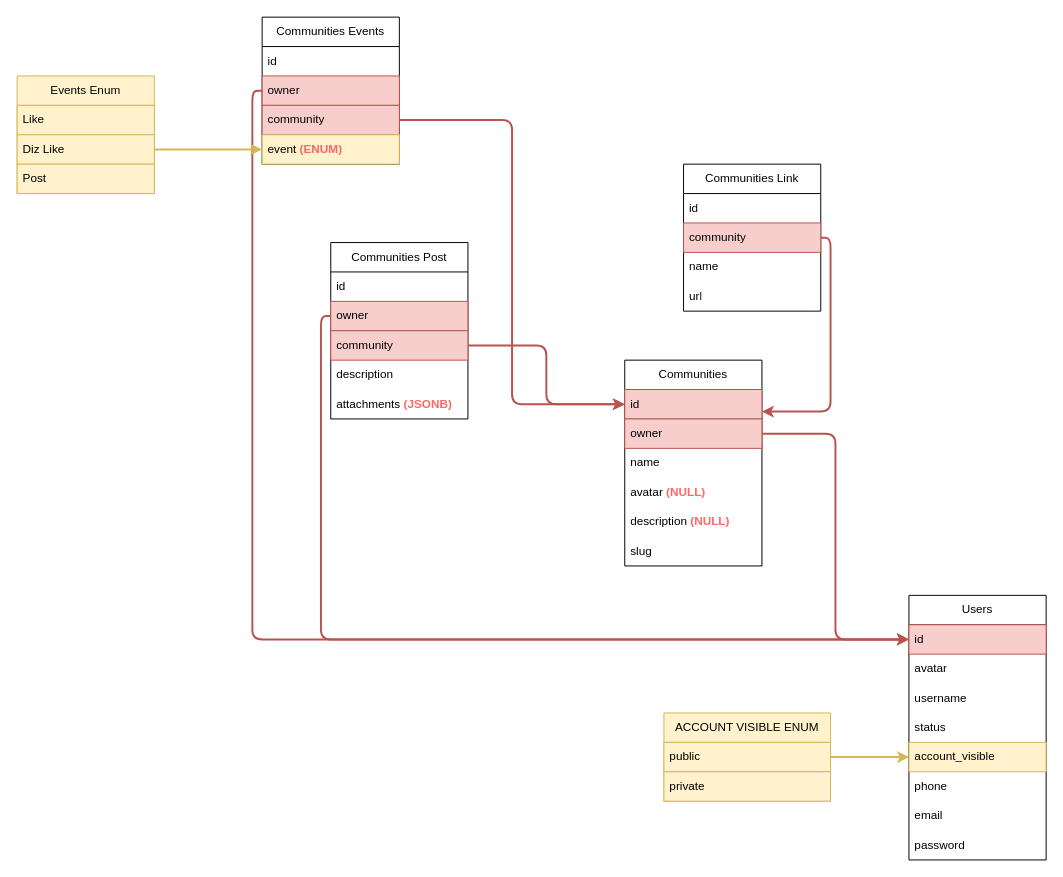
The draw.io diagram docs/schema.drawio in VyacheslavMironov/Classmates, before the edit. Source tidied: cells renumbered, new cells numbered last; positions are measured from the earlier drawing's top-left corner, leaving out a move shared by most shapes. Both pictures are drawn from the tidied source at 98%, with x=0, y=0 at pixel (17, 17).
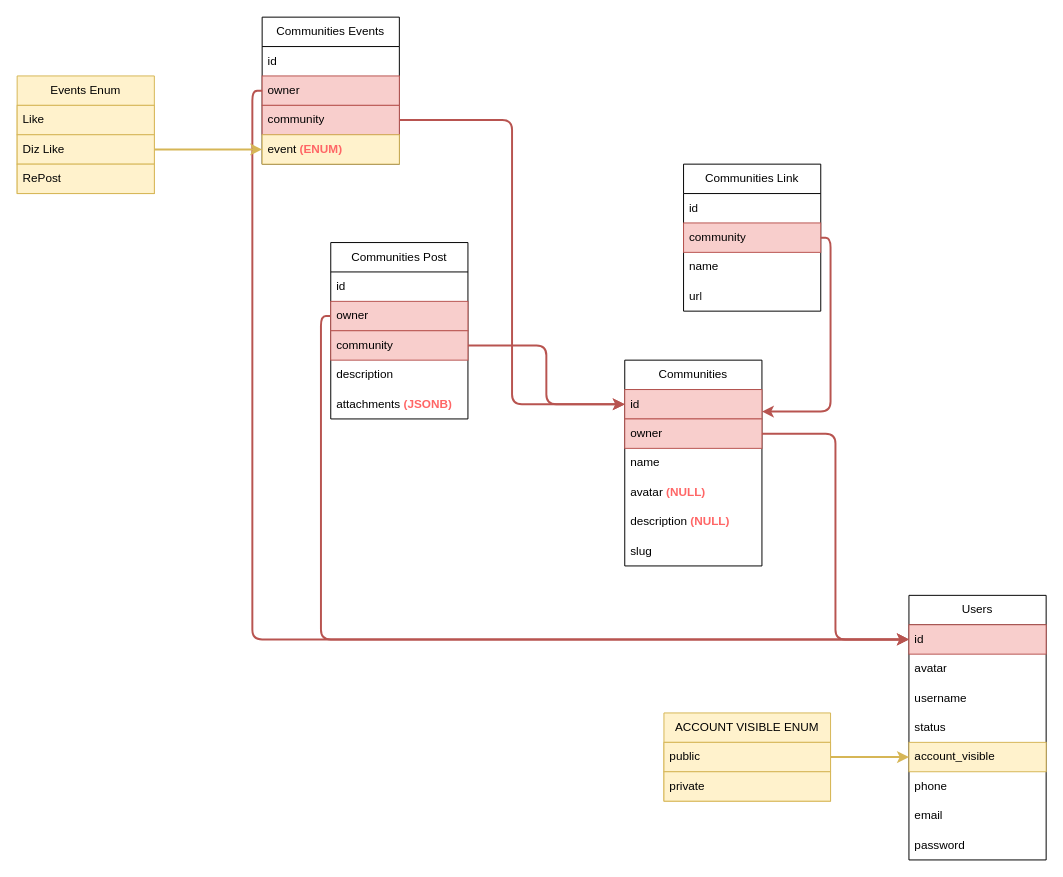
The same page after the edit.

Unchanged cells that the change refers to:
```xml
<mxCell id="40" value="Events Enum" style="swimlane;fontStyle=0;horizontal=1;startSize=30;whiteSpace=wrap;html=1;fillColor=#fff2cc;strokeColor=#d6b656;" parent="1" vertex="1">
  <mxGeometry y="60" width="140" height="120" as="geometry" />
</mxCell>
```

What changed in the source:
```diff
@@
-    <mxCell id="43" value="Post" style="text;strokeColor=#d6b656;fillColor=#fff2cc;align=left;verticalAlign=middle;spacingLeft=4;spacingRight=4;overflow=hidden;whiteSpace=wrap;html=1;" parent="40" vertex="1">
+    <mxCell id="43" value="RePost" style="text;strokeColor=#d6b656;fillColor=#fff2cc;align=left;verticalAlign=middle;spacingLeft=4;spacingRight=4;overflow=hidden;whiteSpace=wrap;html=1;" parent="40" vertex="1">
       <mxGeometry y="90" width="140" height="30" as="geometry" />
     </mxCell>
```
